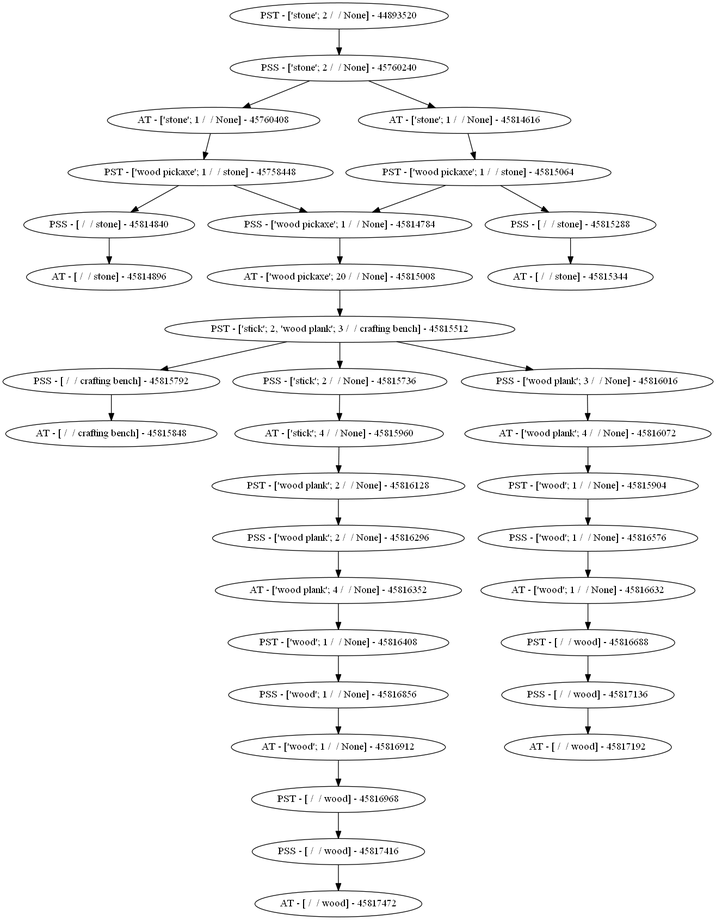
Before: trees/test_tree.gv.png, a diagram exported from Graphviz (koleberd/goaldependency). Its source is kept beside it as trees/test_tree.gv.
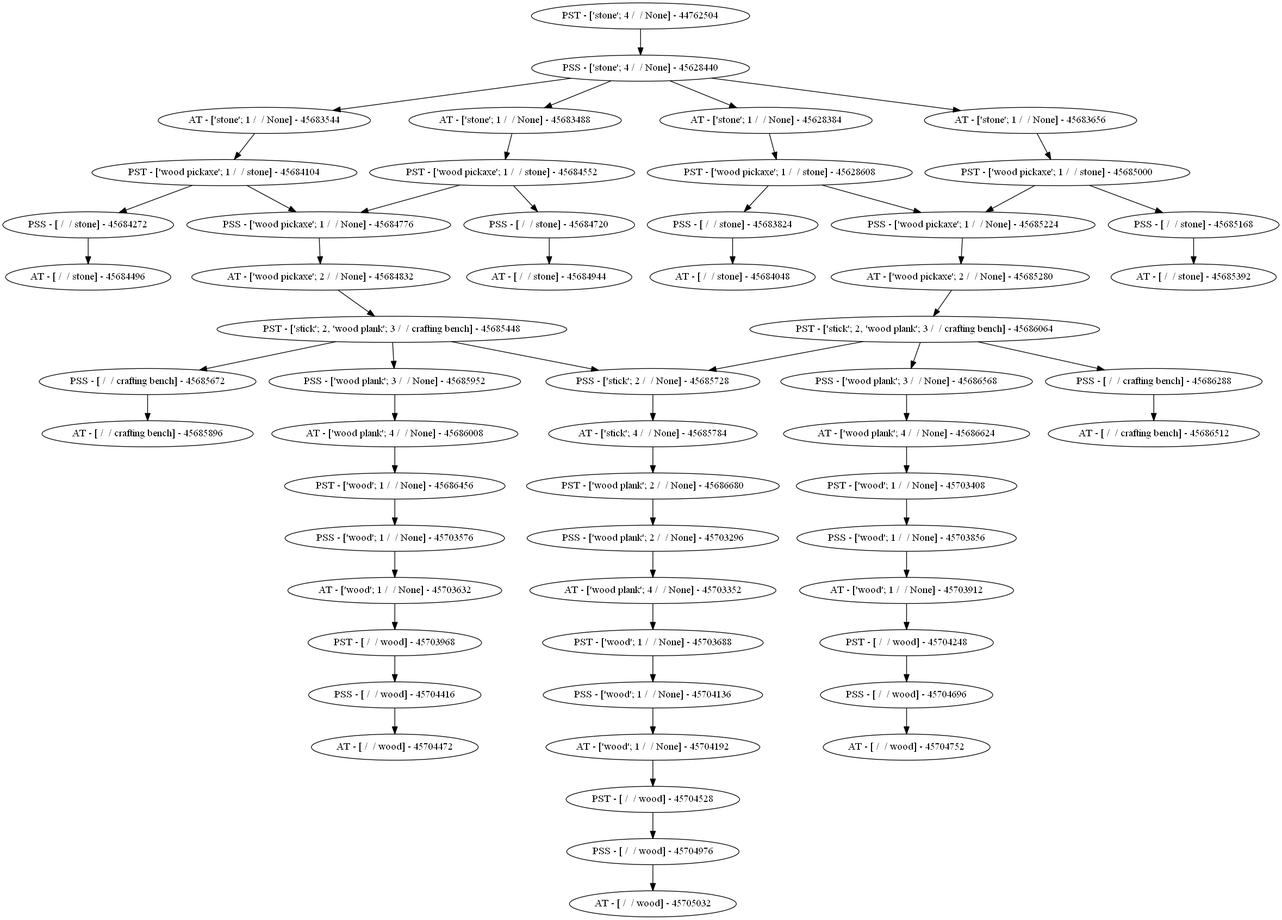
Above is the later version.

What changed in the source:
```diff
@@ -1,36 +1,59 @@
 digraph Tree {
-	"PST - ['stone'; 2 /  / None] - 44893520" -> "PSS - ['stone'; 2 /  / None] - 45760240"
-	"PSS - ['stone'; 2 /  / None] - 45760240" -> "AT - ['stone'; 1 /  / None] - 45760408"
-	"PSS - ['stone'; 2 /  / None] - 45760240" -> "AT - ['stone'; 1 /  / None] - 45814616"
-	"AT - ['stone'; 1 /  / None] - 45760408" -> "PST - ['wood pickaxe'; 1 /  / stone] - 45758448"
-	"AT - ['stone'; 1 /  / None] - 45814616" -> "PST - ['wood pickaxe'; 1 /  / stone] - 45815064"
-	"PST - ['wood pickaxe'; 1 /  / stone] - 45758448" -> "PSS - [ /  / stone] - 45814840"
-	"PST - ['wood pickaxe'; 1 /  / stone] - 45758448" -> "PSS - ['wood pickaxe'; 1 /  / None] - 45814784"
-	"PST - ['wood pickaxe'; 1 /  / stone] - 45815064" -> "PSS - [ /  / stone] - 45815288"
-	"PST - ['wood pickaxe'; 1 /  / stone] - 45815064" -> "PSS - ['wood pickaxe'; 1 /  / None] - 45814784"
-	"PSS - [ /  / stone] - 45814840" -> "AT - [ /  / stone] - 45814896"
-	"PSS - ['wood pickaxe'; 1 /  / None] - 45814784" -> "AT - ['wood pickaxe'; 20 /  / None] - 45815008"
-	"PSS - [ /  / stone] - 45815288" -> "AT - [ /  / stone] - 45815344"
-	"AT - ['wood pickaxe'; 20 /  / None] - 45815008" -> "PST - ['stick'; 2, 'wood plank'; 3 /  / crafting bench] - 45815512"
-	"PST - ['stick'; 2, 'wood plank'; 3 /  / crafting bench] - 45815512" -> "PSS - [ /  / crafting bench] - 45815792"
-	"PST - ['stick'; 2, 'wood plank'; 3 /  / crafting bench] - 45815512" -> "PSS - ['stick'; 2 /  / None] - 45815736"
-	"PST - ['stick'; 2, 'wood plank'; 3 /  / crafting bench] - 45815512" -> "PSS - ['wood plank'; 3 /  / None] - 45816016"
-	"PSS - [ /  / crafting bench] - 45815792" -> "AT - [ /  / crafting bench] - 45815848"
-	"PSS - ['stick'; 2 /  / None] - 45815736" -> "AT - ['stick'; 4 /  / None] - 45815960"
-	"PSS - ['wood plank'; 3 /  / None] - 45816016" -> "AT - ['wood plank'; 4 /  / None] - 45816072"
-	"AT - ['stick'; 4 /  / None] - 45815960" -> "PST - ['wood plank'; 2 /  / None] - 45816128"
-	"AT - ['wood plank'; 4 /  / None] - 45816072" -> "PST - ['wood'; 1 /  / None] - 45815904"
-	"PST - ['wood plank'; 2 /  / None] - 45816128" -> "PSS - ['wood plank'; 2 /  / None] - 45816296"
-	"PST - ['wood'; 1 /  / None] - 45815904" -> "PSS - ['wood'; 1 /  / None] - 45816576"
-	"PSS - ['wood plank'; 2 /  / None] - 45816296" -> "AT - ['wood plank'; 4 /  / None] - 45816352"
-	"PSS - ['wood'; 1 /  / None] - 45816576" -> "AT - ['wood'; 1 /  / None] - 45816632"
-	"AT - ['wood plank'; 4 /  / None] - 45816352" -> "PST - ['wood'; 1 /  / None] - 45816408"
-	"AT - ['wood'; 1 /  / None] - 45816632" -> "PST - [ /  / wood] - 45816688"
-	"PST - ['wood'; 1 /  / None] - 45816408" -> "PSS - ['wood'; 1 /  / None] - 45816856"
-	"PST - [ /  / wood] - 45816688" -> "PSS - [ /  / wood] - 45817136"
-	"PSS - ['wood'; 1 /  / None] - 45816856" -> "AT - ['wood'; 1 /  / None] - 45816912"
-	"PSS - [ /  / wood] - 45817136" -> "AT - [ /  / wood] - 45817192"
-	"AT - ['wood'; 1 /  / None] - 45816912" -> "PST - [ /  / wood] - 45816968"
-	"PST - [ /  / wood] - 45816968" -> "PSS - [ /  / wood] - 45817416"
-	"PSS - [ /  / wood] - 45817416" -> "AT - [ /  / wood] - 45817472"
+	"PST - ['stone'; 4 /  / None] - 44762504" -> "PSS - ['stone'; 4 /  / None] - 45628440"
+	"PSS - ['stone'; 4 /  / None] - 45628440" -> "AT - ['stone'; 1 /  / None] - 45628384"
+	"PSS - ['stone'; 4 /  / None] - 45628440" -> "AT - ['stone'; 1 /  / None] - 45683544"
+	"PSS - ['stone'; 4 /  / None] - 45628440" -> "AT - ['stone'; 1 /  / None] - 45683488"
+	"PSS - ['stone'; 4 /  / None] - 45628440" -> "AT - ['stone'; 1 /  / None] - 45683656"
+	"AT - ['stone'; 1 /  / None] - 45628384" -> "PST - ['wood pickaxe'; 1 /  / stone] - 45628608"
+	"AT - ['stone'; 1 /  / None] - 45683544" -> "PST - ['wood pickaxe'; 1 /  / stone] - 45684104"
+	"AT - ['stone'; 1 /  / None] - 45683488" -> "PST - ['wood pickaxe'; 1 /  / stone] - 45684552"
+	"AT - ['stone'; 1 /  / None] - 45683656" -> "PST - ['wood pickaxe'; 1 /  / stone] - 45685000"
+	"PST - ['wood pickaxe'; 1 /  / stone] - 45628608" -> "PSS - ['wood pickaxe'; 1 /  / None] - 45685224"
+	"PST - ['wood pickaxe'; 1 /  / stone] - 45628608" -> "PSS - [ /  / stone] - 45683824"
+	"PST - ['wood pickaxe'; 1 /  / stone] - 45684104" -> "PSS - ['wood pickaxe'; 1 /  / None] - 45684776"
+	"PST - ['wood pickaxe'; 1 /  / stone] - 45684104" -> "PSS - [ /  / stone] - 45684272"
+	"PST - ['wood pickaxe'; 1 /  / stone] - 45684552" -> "PSS - ['wood pickaxe'; 1 /  / None] - 45684776"
+	"PST - ['wood pickaxe'; 1 /  / stone] - 45684552" -> "PSS - [ /  / stone] - 45684720"
+	"PST - ['wood pickaxe'; 1 /  / stone] - 45685000" -> "PSS - ['wood pickaxe'; 1 /  / None] - 45685224"
+	"PST - ['wood pickaxe'; 1 /  / stone] - 45685000" -> "PSS - [ /  / stone] - 45685168"
+	"PSS - [ /  / stone] - 45683824" -> "AT - [ /  / stone] - 45684048"
+	"PSS - [ /  / stone] - 45684272" -> "AT - [ /  / stone] - 45684496"
+	"PSS - ['wood pickaxe'; 1 /  / None] - 45684776" -> "AT - ['wood pickaxe'; 2 /  / None] - 45684832"
+	"PSS - [ /  / stone] - 45684720" -> "AT - [ /  / stone] - 45684944"
+	"PSS - ['wood pickaxe'; 1 /  / None] - 45685224" -> "AT - ['wood pickaxe'; 2 /  / None] - 45685280"
+	"PSS - [ /  / stone] - 45685168" -> "AT - [ /  / stone] - 45685392"
+	"AT - ['wood pickaxe'; 2 /  / None] - 45684832" -> "PST - ['stick'; 2, 'wood plank'; 3 /  / crafting bench] - 45685448"
+	"AT - ['wood pickaxe'; 2 /  / None] - 45685280" -> "PST - ['stick'; 2, 'wood plank'; 3 /  / crafting bench] - 45686064"
+	"PST - ['stick'; 2, 'wood plank'; 3 /  / crafting bench] - 45685448" -> "PSS - ['stick'; 2 /  / None] - 45685728"
+	"PST - ['stick'; 2, 'wood plank'; 3 /  / crafting bench] - 45685448" -> "PSS - [ /  / crafting bench] - 45685672"
+	"PST - ['stick'; 2, 'wood plank'; 3 /  / crafting bench] - 45685448" -> "PSS - ['wood plank'; 3 /  / None] - 45685952"
+	"PST - ['stick'; 2, 'wood plank'; 3 /  / crafting bench] - 45686064" -> "PSS - ['stick'; 2 /  / None] - 45685728"
+	"PST - ['stick'; 2, 'wood plank'; 3 /  / crafting bench] - 45686064" -> "PSS - [ /  / crafting bench] - 45686288"
+	"PST - ['stick'; 2, 'wood plank'; 3 /  / crafting bench] - 45686064" -> "PSS - ['wood plank'; 3 /  / None] - 45686568"
+	"PSS - ['stick'; 2 /  / None] - 45685728" -> "AT - ['stick'; 4 /  / None] - 45685784"
+	"PSS - [ /  / crafting bench] - 45685672" -> "AT - [ /  / crafting bench] - 45685896"
+	"PSS - ['wood plank'; 3 /  / None] - 45685952" -> "AT - ['wood plank'; 4 /  / None] - 45686008"
+	"PSS - [ /  / crafting bench] - 45686288" -> "AT - [ /  / crafting bench] - 45686512"
+	"PSS - ['wood plank'; 3 /  / None] - 45686568" -> "AT - ['wood plank'; 4 /  / None] - 45686624"
+	"AT - ['stick'; 4 /  / None] - 45685784" -> "PST - ['wood plank'; 2 /  / None] - 45686680"
+	"AT - ['wood plank'; 4 /  / None] - 45686008" -> "PST - ['wood'; 1 /  / None] - 45686456"
+	"AT - ['wood plank'; 4 /  / None] - 45686624" -> "PST - ['wood'; 1 /  / None] - 45703408"
+	"PST - ['wood plank'; 2 /  / None] - 45686680" -> "PSS - ['wood plank'; 2 /  / None] - 45703296"
+	"PST - ['wood'; 1 /  / None] - 45686456" -> "PSS - ['wood'; 1 /  / None] - 45703576"
+	"PST - ['wood'; 1 /  / None] - 45703408" -> "PSS - ['wood'; 1 /  / None] - 45703856"
+	"PSS - ['wood plank'; 2 /  / None] - 45703296" -> "AT - ['wood plank'; 4 /  / None] - 45703352"
+	"PSS - ['wood'; 1 /  / None] - 45703576" -> "AT - ['wood'; 1 /  / None] - 45703632"
+	"PSS - ['wood'; 1 /  / None] - 45703856" -> "AT - ['wood'; 1 /  / None] - 45703912"
+	"AT - ['wood plank'; 4 /  / None] - 45703352" -> "PST - ['wood'; 1 /  / None] - 45703688"
+	"AT - ['wood'; 1 /  / None] - 45703632" -> "PST - [ /  / wood] - 45703968"
+	"AT - ['wood'; 1 /  / None] - 45703912" -> "PST - [ /  / wood] - 45704248"
+	"PST - ['wood'; 1 /  / None] - 45703688" -> "PSS - ['wood'; 1 /  / None] - 45704136"
+	"PST - [ /  / wood] - 45703968" -> "PSS - [ /  / wood] - 45704416"
+	"PST - [ /  / wood] - 45704248" -> "PSS - [ /  / wood] - 45704696"
+	"PSS - ['wood'; 1 /  / None] - 45704136" -> "AT - ['wood'; 1 /  / None] - 45704192"
+	"PSS - [ /  / wood] - 45704416" -> "AT - [ /  / wood] - 45704472"
+	"PSS - [ /  / wood] - 45704696" -> "AT - [ /  / wood] - 45704752"
+	"AT - ['wood'; 1 /  / None] - 45704192" -> "PST - [ /  / wood] - 45704528"
+	"PST - [ /  / wood] - 45704528" -> "PSS - [ /  / wood] - 45704976"
+	"PSS - [ /  / wood] - 45704976" -> "AT - [ /  / wood] - 45705032"
 }
```
